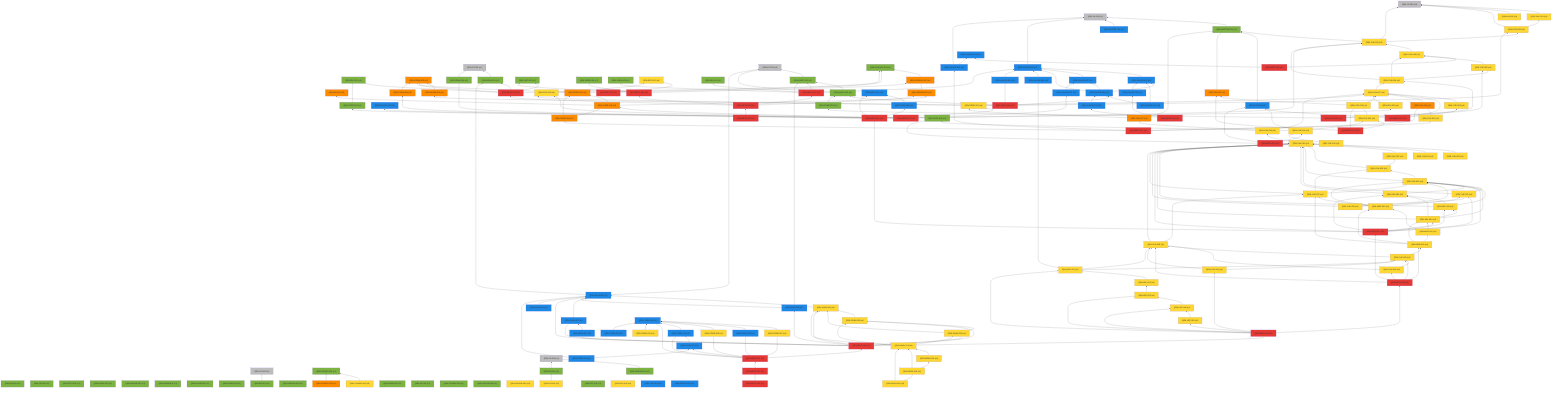
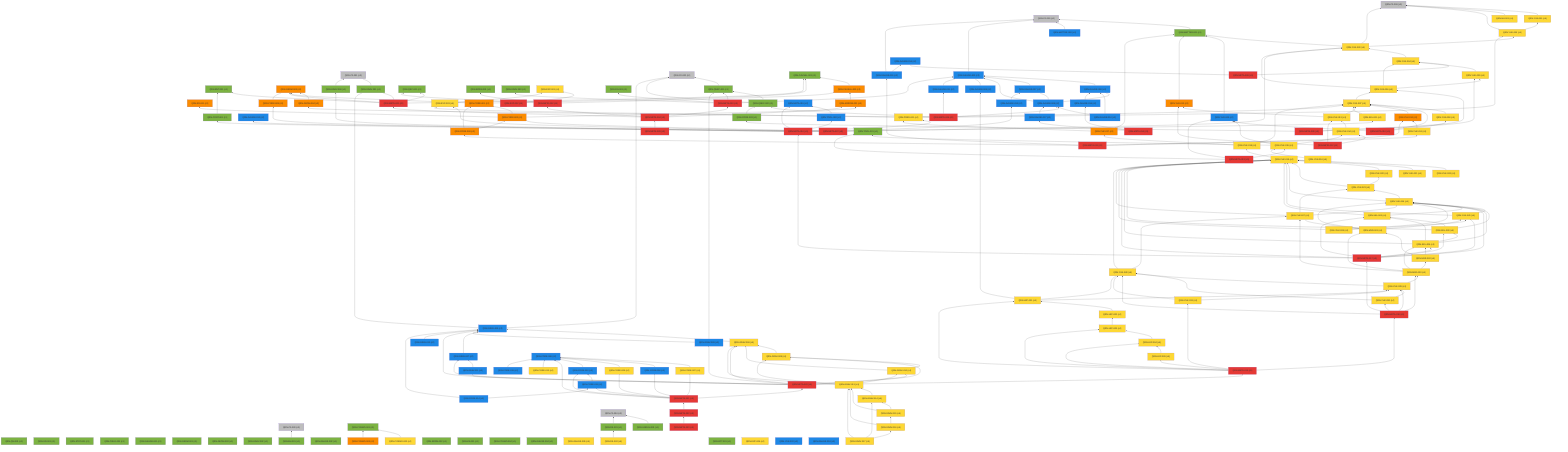
%% 自動生成 (dag/report.pl) — QRN 主張依存グラフ
graph BT
  QRN_C0_001["QRN-C0-001 (c0)"]:::c0
  QRN_C0_002["QRN-C0-002 (c0)"]:::c0
  QRN_C0_003["QRN-C0-003 (c0)"]:::c0
  QRN_C0_004["QRN-C0-004 (c0)"]:::c0
  QRN_C0_005["QRN-C0-005 (c0)"]:::c0
  QRN_C0_006["QRN-C0-006 (c0)"]:::c0
  QRN_QM_001["QRN-QM-001 (c1)"]:::c1
  QRN_GR_001["QRN-GR-001 (c1)"]:::c1
  QRN_STAT_001["QRN-STAT-001 (c1)"]:::c1
  QRN_FIELD_001["QRN-FIELD-001 (c1)"]:::c1
  QRN_GAUGE_001["QRN-GAUGE-001 (c1)"]:::c1
  QRN_ENT_001["QRN-ENT-001 (c1)"]:::c1
  QRN_GEOM_001["QRN-GEOM-001 (c1)"]:::c1
  QRN_GEOM_002["QRN-GEOM-002 (c1)"]:::c1
  QRN_GEOM_003["QRN-GEOM-003 (c3)"]:::c3
  QRN_GRAV_001["QRN-GRAV-001 (c1)"]:::c1
  QRN_GRAV_002["QRN-GRAV-002 (c1)"]:::c1
  QRN_BH_001["QRN-BH-001 (c1)"]:::c1
  QRN_CAUSAL_001["QRN-CAUSAL-001 (c1)"]:::c1
  QRN_CAUSAL_002["QRN-CAUSAL-002 (c3)"]:::c3
  QRN_ER_001["QRN-ER-001 (c3)"]:::c3
  QRN_QEC_001["QRN-QEC-001 (c1)"]:::c1
  QRN_GAUGE_002["QRN-GAUGE-002 (c1)"]:::c1
  QRN_COSMO_001["QRN-COSMO-001 (c1)"]:::c1
  QRN_COSMO_002["QRN-COSMO-002 (c4)"]:::c4
  QRN_COSMO_003["QRN-COSMO-003 (c3)"]:::c3
  QRN_BORN_001["QRN-BORN-001 (c1)"]:::c1
  QRN_BORN_002["QRN-BORN-002 (c1)"]:::c1
  QRN_GRAV_003["QRN-GRAV-003 (c1)"]:::c1
  QRN_KK_001["QRN-KK-001 (c1)"]:::c1
  QRN_MATTER_001["QRN-MATTER-001 (c1)"]:::c1
  QRN_MATTER_002["QRN-MATTER-002 (c2)"]:::c2
  QRN_COSMO_004["QRN-COSMO-004 (c1)"]:::c1
  QRN_EXP_001["QRN-EXP-001 (c4)"]:::c4
  QRN_GAUGE_003["QRN-GAUGE-003 (c2)"]:::c2
  QRN_GAUGE_004["QRN-GAUGE-004 (c1)"]:::c1
  QRN_GAUGE_005["QRN-GAUGE-005 (c4)"]:::c4
  QRN_YUK_001["QRN-YUK-001 (c4)"]:::c4
  QRN_RG_001["QRN-RG-001 (c1)"]:::c1
  QRN_UNRUH_001["QRN-UNRUH-001 (c1)"]:::c1
  QRN_QNEC_001["QRN-QNEC-001 (c1)"]:::c1
  QRN_NU_001["QRN-NU-001 (c4)"]:::c4
  QRN_GAUGE_006["QRN-GAUGE-006 (c2)"]:::c2
  QRN_DS_001["QRN-DS-001 (c1)"]:::c1
  QRN_DS_002["QRN-DS-002 (c4)"]:::c4
  QRN_ARROW_001["QRN-ARROW-001 (c3)"]:::c3
  QRN_GAUGE_007["QRN-GAUGE-007 (c2)"]:::c2
  QRN_EFT_001["QRN-EFT-001 (c1)"]:::c1
  QRN_GAUGE_008["QRN-GAUGE-008 (c2)"]:::c2
  QRN_GAUGE_009["QRN-GAUGE-009 (c2)"]:::c2
  QRN_GAUGE_010["QRN-GAUGE-010 (c2)"]:::c2
  QRN_QNEC_002["QRN-QNEC-002 (c1)"]:::c1
  QRN_GEOM_004["QRN-GEOM-004 (c3)"]:::c3
  QRN_YUK_002["QRN-YUK-002 (c4)"]:::c4
  QRN_EXP_002["QRN-EXP-002 (c5)"]:::c5
  QRN_CORE_001["QRN-CORE-001 (c3)"]:::c3
  QRN_GAUGE_011["QRN-GAUGE-011 (c2)"]:::c2
  QRN_GAUGE_012["QRN-GAUGE-012 (c2)"]:::c2
  QRN_YUK_003["QRN-YUK-003 (c4)"]:::c4
  QRN_EXP_003["QRN-EXP-003 (c4)"]:::c4
  QRN_CORE_002["QRN-CORE-002 (c3)"]:::c3
  QRN_GAUGE_013["QRN-GAUGE-013 (c2)"]:::c2
  QRN_YUK_004["QRN-YUK-004 (c4)"]:::c4
  QRN_GAUGE_014["QRN-GAUGE-014 (c2)"]:::c2
  QRN_META_001["QRN-META-001 (c5)"]:::c5
  QRN_META_002["QRN-META-002 (c5)"]:::c5
  QRN_META_003["QRN-META-003 (c5)"]:::c5
  QRN_META_004["QRN-META-004 (c5)"]:::c5
  QRN_META_005["QRN-META-005 (c5)"]:::c5
  QRN_META_006["QRN-META-006 (c5)"]:::c5
  QRN_META_007["QRN-META-007 (c5)"]:::c5
  QRN_META_008["QRN-META-008 (c5)"]:::c5
  QRN_YUK_005["QRN-YUK-005 (c4)"]:::c4
  QRN_YUK_006["QRN-YUK-006 (c4)"]:::c4
  QRN_CORE_003["QRN-CORE-003 (c1)"]:::c1
  QRN_META_009["QRN-META-009 (c5)"]:::c5
  QRN_YUK_007["QRN-YUK-007 (c4)"]:::c4
  QRN_YUK_008["QRN-YUK-008 (c4)"]:::c4
  QRN_YUK_009["QRN-YUK-009 (c2)"]:::c2
  QRN_META_010["QRN-META-010 (c5)"]:::c5
  QRN_GAUGE_015["QRN-GAUGE-015 (c2)"]:::c2
  QRN_YUK_010["QRN-YUK-010 (c3)"]:::c3
  QRN_YUK_011["QRN-YUK-011 (c4)"]:::c4
  QRN_CORE_004["QRN-CORE-004 (c3)"]:::c3
  QRN_META_011["QRN-META-011 (c5)"]:::c5
  QRN_YUK_012["QRN-YUK-012 (c3)"]:::c3
  QRN_YUK_013["QRN-YUK-013 (c4)"]:::c4
  QRN_YUK_014["QRN-YUK-014 (c4)"]:::c4
  QRN_META_012["QRN-META-012 (c5)"]:::c5
  QRN_TOOL_001["QRN-TOOL-001 (c1)"]:::c1
  QRN_YUK_015["QRN-YUK-015 (c4)"]:::c4
  QRN_META_013["QRN-META-013 (c5)"]:::c5
  QRN_GAUGE_016["QRN-GAUGE-016 (c2)"]:::c2
  QRN_GAUGE_017["QRN-GAUGE-017 (c2)"]:::c2
  QRN_META_014["QRN-META-014 (c5)"]:::c5
  QRN_META_015["QRN-META-015 (c2)"]:::c2
  QRN_TOOL_002["QRN-TOOL-002 (c2)"]:::c2
  QRN_CORE_005["QRN-CORE-005 (c3)"]:::c3
  QRN_CONT_001["QRN-CONT-001 (c1)"]:::c1
  QRN_SEL_001["QRN-SEL-001 (c4)"]:::c4
  QRN_GRAV_004["QRN-GRAV-004 (c1)"]:::c1
  QRN_PRED_001["QRN-PRED-001 (c4)"]:::c4
  QRN_META_016["QRN-META-016 (c5)"]:::c5
  QRN_YUK_016["QRN-YUK-016 (c4)"]:::c4
  QRN_YUK_017["QRN-YUK-017 (c3)"]:::c3
  QRN_YUK_018["QRN-YUK-018 (c4)"]:::c4
  QRN_YUK_019["QRN-YUK-019 (c4)"]:::c4
  QRN_YUK_020["QRN-YUK-020 (c4)"]:::c4
  QRN_YUK_021["QRN-YUK-021 (c4)"]:::c4
  QRN_YUK_022["QRN-YUK-022 (c4)"]:::c4
  QRN_YUK_023["QRN-YUK-023 (c4)"]:::c4
  QRN_YUK_024["QRN-YUK-024 (c4)"]:::c4
  QRN_YUK_025["QRN-YUK-025 (c4)"]:::c4
  QRN_SEL_002["QRN-SEL-002 (c4)"]:::c4
  QRN_SEL_003["QRN-SEL-003 (c4)"]:::c4
  QRN_SEL_004["QRN-SEL-004 (c4)"]:::c4
  QRN_META_017["QRN-META-017 (c5)"]:::c5
  QRN_YUK_026["QRN-YUK-026 (c4)"]:::c4
  QRN_YUK_027["QRN-YUK-027 (c4)"]:::c4
  QRN_MSR_001["QRN-MSR-001 (c4)"]:::c4
  QRN_MSR_002["QRN-MSR-002 (c4)"]:::c4
  QRN_MSR_003["QRN-MSR-003 (c4)"]:::c4
  QRN_YUK_028["QRN-YUK-028 (c4)"]:::c4
  QRN_YUK_029["QRN-YUK-029 (c4)"]:::c4
  QRN_YUK_030["QRN-YUK-030 (c4)"]:::c4
  QRN_META_018["QRN-META-018 (c5)"]:::c5
  QRN_YUK_031["QRN-YUK-031 (c4)"]:::c4
  QRN_LEP_001["QRN-LEP-001 (c4)"]:::c4
  QRN_LEP_002["QRN-LEP-002 (c4)"]:::c4
  QRN_LEP_003["QRN-LEP-003 (c4)"]:::c4
  QRN_LEP_004["QRN-LEP-004 (c4)"]:::c4
  QRN_LEP_005["QRN-LEP-005 (c4)"]:::c4
  QRN_META_019["QRN-META-019 (c5)"]:::c5
  QRN_GRAV_005["QRN-GRAV-005 (c2)"]:::c2
  QRN_GRAV_006["QRN-GRAV-006 (c4)"]:::c4
  QRN_GRAV_007["QRN-GRAV-007 (c2)"]:::c2
  QRN_GRAV_008["QRN-GRAV-008 (c4)"]:::c4
  QRN_GRAV_009["QRN-GRAV-009 (c2)"]:::c2
  QRN_GRAV_010["QRN-GRAV-010 (c4)"]:::c4
  QRN_GRAV_011["QRN-GRAV-011 (c2)"]:::c2
  QRN_META_020["QRN-META-020 (c5)"]:::c5
  QRN_CORE_006["QRN-CORE-006 (c2)"]:::c2
  QRN_CORE_007["QRN-CORE-007 (c4)"]:::c4
  QRN_CORE_008["QRN-CORE-008 (c2)"]:::c2
  QRN_CORE_009["QRN-CORE-009 (c4)"]:::c4
  QRN_CORE_010["QRN-CORE-010 (c2)"]:::c2
  QRN_CORE_011["QRN-CORE-011 (c2)"]:::c2
  QRN_META_021["QRN-META-021 (c5)"]:::c5
  QRN_CORE_012["QRN-CORE-012 (c4)"]:::c4
  QRN_EXP_004["QRN-EXP-004 (c4)"]:::c4
  QRN_CORE_013["QRN-CORE-013 (c2)"]:::c2
  QRN_GRAV_012["QRN-GRAV-012 (c2)"]:::c2
  QRN_YUK_032["QRN-YUK-032 (c2)"]:::c2
  QRN_GAUGE_018["QRN-GAUGE-018 (c2)"]:::c2
  QRN_META_022["QRN-META-022 (c5)"]:::c5
  QRN_META_023["QRN-META-023 (c5)"]:::c5
  QRN_CORE_014["QRN-CORE-014 (c2)"]:::c2
  QRN_GRAV_013["QRN-GRAV-013 (c4)"]:::c4
  QRN_GRAV_014["QRN-GRAV-014 (c4)"]:::c4
  QRN_GRAV_015["QRN-GRAV-015 (c4)"]:::c4
  QRN_GRAV_016["QRN-GRAV-016 (c4)"]:::c4
+   QRN_GRAV_017["QRN-GRAV-017 (c4)"]:::c4
  QRN_GRAV_001 --> QRN_C0_001
  QRN_BH_001 --> QRN_C0_003
  QRN_CAUSAL_002 --> QRN_CAUSAL_001
  QRN_COSMO_002 --> QRN_COSMO_001
  QRN_COSMO_003 --> QRN_COSMO_001
  QRN_MATTER_001 --> QRN_C0_005
  QRN_MATTER_002 --> QRN_C0_005
  QRN_GAUGE_003 --> QRN_C0_005
  QRN_YUK_001 --> QRN_C0_006
  QRN_UNRUH_001 --> QRN_C0_004
  QRN_QNEC_001 --> QRN_C0_002
  QRN_NU_001 --> QRN_C0_006
  QRN_GAUGE_006 --> QRN_GAUGE_003
  QRN_DS_001 --> QRN_C0_004
  QRN_DS_002 --> QRN_DS_001
  QRN_ARROW_001 --> QRN_CAUSAL_002
  QRN_GAUGE_007 --> QRN_GAUGE_003
  QRN_GAUGE_008 --> QRN_GAUGE_003
  QRN_GAUGE_008 --> QRN_GAUGE_006
  QRN_GAUGE_008 --> QRN_GAUGE_007
  QRN_GAUGE_009 --> QRN_GAUGE_003
  QRN_GAUGE_010 --> QRN_GAUGE_006
  QRN_GAUGE_010 --> QRN_GAUGE_008
  QRN_QNEC_002 --> QRN_C0_002
  QRN_QNEC_002 --> QRN_QNEC_001
  QRN_GEOM_004 --> QRN_GEOM_003
  QRN_YUK_002 --> QRN_C0_006
  QRN_YUK_002 --> QRN_YUK_001
  QRN_EXP_002 --> QRN_EXP_001
  QRN_CORE_001 --> QRN_GEOM_003
  QRN_CORE_001 --> QRN_CAUSAL_001
  QRN_GAUGE_011 --> QRN_GAUGE_003
  QRN_YUK_003 --> QRN_C0_006
  QRN_YUK_003 --> QRN_MATTER_001
  QRN_YUK_003 --> QRN_YUK_002
  QRN_EXP_003 --> QRN_EXP_001
  QRN_CORE_002 --> QRN_CORE_001
  QRN_CORE_002 --> QRN_ER_001
  QRN_CORE_002 --> QRN_ARROW_001
  QRN_GAUGE_013 --> QRN_GAUGE_007
  QRN_YUK_004 --> QRN_YUK_003
  QRN_META_001 --> QRN_GEOM_003
  QRN_META_001 --> QRN_GRAV_001
  QRN_META_001 --> QRN_CAUSAL_001
  QRN_META_001 --> QRN_QEC_001
  QRN_META_001 --> QRN_ENT_001
  QRN_META_002 --> QRN_QEC_001
  QRN_META_002 --> QRN_BORN_001
  QRN_META_002 --> QRN_CAUSAL_002
  QRN_META_003 --> QRN_GAUGE_003
  QRN_META_003 --> QRN_RG_001
  QRN_META_003 --> QRN_QNEC_001
  QRN_META_003 --> QRN_GRAV_003
  QRN_META_004 --> QRN_META_001
  QRN_META_004 --> QRN_META_002
  QRN_META_004 --> QRN_META_003
  QRN_META_004 --> QRN_ARROW_001
  QRN_META_005 --> QRN_META_004
  QRN_META_006 --> QRN_GAUGE_008
  QRN_META_006 --> QRN_QNEC_002
  QRN_META_006 --> QRN_GEOM_004
  QRN_META_006 --> QRN_YUK_002
  QRN_META_006 --> QRN_GAUGE_011
  QRN_META_007 --> QRN_GAUGE_012
  QRN_META_007 --> QRN_YUK_003
  QRN_META_007 --> QRN_EXP_003
  QRN_META_007 --> QRN_CORE_002
  QRN_META_007 --> QRN_GAUGE_013
  QRN_META_008 --> QRN_YUK_004
  QRN_META_008 --> QRN_GAUGE_014
  QRN_YUK_005 --> QRN_YUK_004
  QRN_YUK_006 --> QRN_YUK_003
  QRN_YUK_006 --> QRN_YUK_004
  QRN_YUK_006 --> QRN_YUK_005
  QRN_CORE_003 --> QRN_QNEC_002
  QRN_META_009 --> QRN_YUK_005
  QRN_META_009 --> QRN_YUK_006
  QRN_META_009 --> QRN_CORE_003
  QRN_YUK_007 --> QRN_YUK_006
  QRN_YUK_008 --> QRN_YUK_007
  QRN_YUK_009 --> QRN_MATTER_001
  QRN_META_010 --> QRN_YUK_007
  QRN_META_010 --> QRN_YUK_008
  QRN_META_010 --> QRN_YUK_009
  QRN_GAUGE_015 --> QRN_C0_005
  QRN_GAUGE_015 --> QRN_GAUGE_014
  QRN_YUK_010 --> QRN_YUK_007
  QRN_YUK_011 --> QRN_YUK_010
  QRN_CORE_004 --> QRN_CORE_001
  QRN_CORE_004 --> QRN_CORE_002
  QRN_META_011 --> QRN_GAUGE_015
  QRN_META_011 --> QRN_YUK_010
  QRN_META_011 --> QRN_YUK_011
  QRN_META_011 --> QRN_CORE_004
  QRN_YUK_012 --> QRN_MATTER_001
  QRN_YUK_013 --> QRN_YUK_012
  QRN_YUK_013 --> QRN_YUK_007
  QRN_YUK_014 --> QRN_YUK_013
  QRN_META_012 --> QRN_YUK_012
  QRN_META_012 --> QRN_YUK_013
  QRN_META_012 --> QRN_YUK_014
  QRN_YUK_015 --> QRN_YUK_014
  QRN_YUK_015 --> QRN_TOOL_001
  QRN_YUK_015 --> QRN_YUK_009
  QRN_META_013 --> QRN_YUK_015
  QRN_META_013 --> QRN_TOOL_001
  QRN_META_013 --> QRN_YUK_009
  QRN_GAUGE_016 --> QRN_GAUGE_006
  QRN_GAUGE_017 --> QRN_GAUGE_008
  QRN_META_014 --> QRN_GAUGE_016
  QRN_META_014 --> QRN_GAUGE_017
  QRN_TOOL_002 --> QRN_META_015
  QRN_CORE_005 --> QRN_GEOM_003
  QRN_CONT_001 --> QRN_ENT_001
  QRN_SEL_001 --> QRN_YUK_007
  QRN_GRAV_004 --> QRN_C0_001
  QRN_PRED_001 --> QRN_YUK_007
  QRN_PRED_001 --> QRN_EXP_003
  QRN_META_016 --> QRN_META_015
  QRN_META_016 --> QRN_TOOL_002
  QRN_META_016 --> QRN_CORE_005
  QRN_META_016 --> QRN_CONT_001
  QRN_META_016 --> QRN_SEL_001
  QRN_META_016 --> QRN_GRAV_004
  QRN_META_016 --> QRN_PRED_001
  QRN_YUK_016 --> QRN_YUK_015
  QRN_YUK_017 --> QRN_MATTER_001
  QRN_YUK_017 --> QRN_PRED_001
  QRN_YUK_018 --> QRN_YUK_017
  QRN_YUK_018 --> QRN_YUK_007
  QRN_YUK_019 --> QRN_YUK_018
  QRN_YUK_020 --> QRN_YUK_019
  QRN_YUK_021 --> QRN_YUK_019
  QRN_YUK_022 --> QRN_YUK_019
  QRN_YUK_023 --> QRN_YUK_019
  QRN_YUK_023 --> QRN_YUK_022
  QRN_YUK_024 --> QRN_YUK_019
  QRN_YUK_024 --> QRN_YUK_023
  QRN_YUK_025 --> QRN_YUK_019
  QRN_YUK_025 --> QRN_YUK_024
  QRN_SEL_002 --> QRN_YUK_019
  QRN_SEL_002 --> QRN_YUK_024
  QRN_SEL_003 --> QRN_YUK_019
  QRN_SEL_003 --> QRN_YUK_024
  QRN_SEL_003 --> QRN_SEL_002
  QRN_SEL_004 --> QRN_YUK_019
  QRN_SEL_004 --> QRN_YUK_024
  QRN_SEL_004 --> QRN_SEL_002
  QRN_SEL_004 --> QRN_SEL_003
  QRN_META_017 --> QRN_META_016
  QRN_META_017 --> QRN_YUK_019
  QRN_META_017 --> QRN_YUK_024
  QRN_META_017 --> QRN_YUK_025
  QRN_META_017 --> QRN_SEL_002
  QRN_META_017 --> QRN_SEL_003
  QRN_META_017 --> QRN_SEL_004
  QRN_YUK_026 --> QRN_YUK_019
  QRN_YUK_026 --> QRN_YUK_024
  QRN_YUK_026 --> QRN_YUK_025
  QRN_YUK_027 --> QRN_YUK_019
  QRN_YUK_027 --> QRN_YUK_023
  QRN_YUK_027 --> QRN_YUK_024
  QRN_MSR_001 --> QRN_YUK_024
  QRN_MSR_001 --> QRN_YUK_025
  QRN_MSR_001 --> QRN_YUK_027
  QRN_MSR_002 --> QRN_SEL_004
  QRN_MSR_002 --> QRN_MSR_001
  QRN_MSR_003 --> QRN_MSR_001
  QRN_MSR_003 --> QRN_MSR_002
  QRN_MSR_003 --> QRN_SEL_004
  QRN_MSR_003 --> QRN_YUK_027
  QRN_YUK_028 --> QRN_YUK_019
  QRN_YUK_028 --> QRN_YUK_027
  QRN_YUK_029 --> QRN_YUK_028
  QRN_YUK_029 --> QRN_MSR_003
  QRN_YUK_030 --> QRN_YUK_028
  QRN_YUK_030 --> QRN_YUK_029
  QRN_META_018 --> QRN_META_017
  QRN_META_018 --> QRN_MSR_003
  QRN_META_018 --> QRN_YUK_028
  QRN_META_018 --> QRN_YUK_029
  QRN_META_018 --> QRN_YUK_030
  QRN_YUK_031 --> QRN_YUK_028
  QRN_YUK_031 --> QRN_YUK_029
  QRN_LEP_001 --> QRN_YUK_028
  QRN_LEP_001 --> QRN_YUK_029
  QRN_LEP_001 --> QRN_GAUGE_009
  QRN_LEP_002 --> QRN_LEP_001
  QRN_LEP_003 --> QRN_LEP_002
  QRN_LEP_004 --> QRN_LEP_003
  QRN_LEP_005 --> QRN_LEP_004
  QRN_META_019 --> QRN_META_018
  QRN_META_019 --> QRN_YUK_031
  QRN_META_019 --> QRN_LEP_001
  QRN_META_019 --> QRN_LEP_003
  QRN_META_019 --> QRN_LEP_004
  QRN_META_019 --> QRN_LEP_005
  QRN_GRAV_005 --> QRN_C0_002
  QRN_GRAV_005 --> QRN_GRAV_001
  QRN_GRAV_006 --> QRN_GRAV_005
  QRN_GRAV_007 --> QRN_GRAV_005
  QRN_GRAV_008 --> QRN_GRAV_006
  QRN_GRAV_009 --> QRN_GRAV_005
  QRN_GRAV_009 --> QRN_QNEC_001
  QRN_GRAV_010 --> QRN_GRAV_006
  QRN_GRAV_010 --> QRN_GRAV_008
  QRN_GRAV_011 --> QRN_GRAV_007
  QRN_META_020 --> QRN_META_019
  QRN_META_020 --> QRN_GRAV_005
  QRN_META_020 --> QRN_GRAV_006
  QRN_META_020 --> QRN_GRAV_007
  QRN_META_020 --> QRN_GRAV_008
  QRN_META_020 --> QRN_GRAV_009
  QRN_META_020 --> QRN_GRAV_010
  QRN_META_020 --> QRN_GRAV_011
  QRN_CORE_007 --> QRN_CORE_006
  QRN_CORE_008 --> QRN_CORE_006
  QRN_CORE_009 --> QRN_CORE_006
  QRN_CORE_010 --> QRN_CORE_006
  QRN_CORE_011 --> QRN_CORE_010
  QRN_META_021 --> QRN_META_020
  QRN_META_021 --> QRN_CORE_006
  QRN_META_021 --> QRN_CORE_007
  QRN_META_021 --> QRN_CORE_008
  QRN_META_021 --> QRN_CORE_009
  QRN_META_021 --> QRN_CORE_010
  QRN_META_021 --> QRN_CORE_011
  QRN_CORE_012 --> QRN_CORE_006
  QRN_CORE_013 --> QRN_CORE_006
  QRN_GRAV_012 --> QRN_GRAV_005
  QRN_META_022 --> QRN_META_021
  QRN_META_023 --> QRN_META_022
  QRN_CORE_014 --> QRN_CORE_011
  QRN_CORE_014 --> QRN_GRAV_005
  QRN_GRAV_013 --> QRN_GRAV_006
  QRN_GRAV_013 --> QRN_GRAV_008
  QRN_GRAV_013 --> QRN_GRAV_010
  QRN_GRAV_014 --> QRN_GRAV_013
  QRN_GRAV_015 --> QRN_GRAV_013
  QRN_GRAV_015 --> QRN_GRAV_014
  QRN_GRAV_016 --> QRN_GRAV_013
  QRN_GRAV_016 --> QRN_GRAV_015
+   QRN_GRAV_017 --> QRN_GRAV_013
+   QRN_GRAV_017 --> QRN_GRAV_014
+   QRN_GRAV_017 --> QRN_GRAV_016
  classDef c0 fill:#bdbdbd
  classDef c1 fill:#7cb342
  classDef c2 fill:#1e88e5
  classDef c3 fill:#fb8c00
  classDef c4 fill:#fdd835
  classDef c5 fill:#e53935
